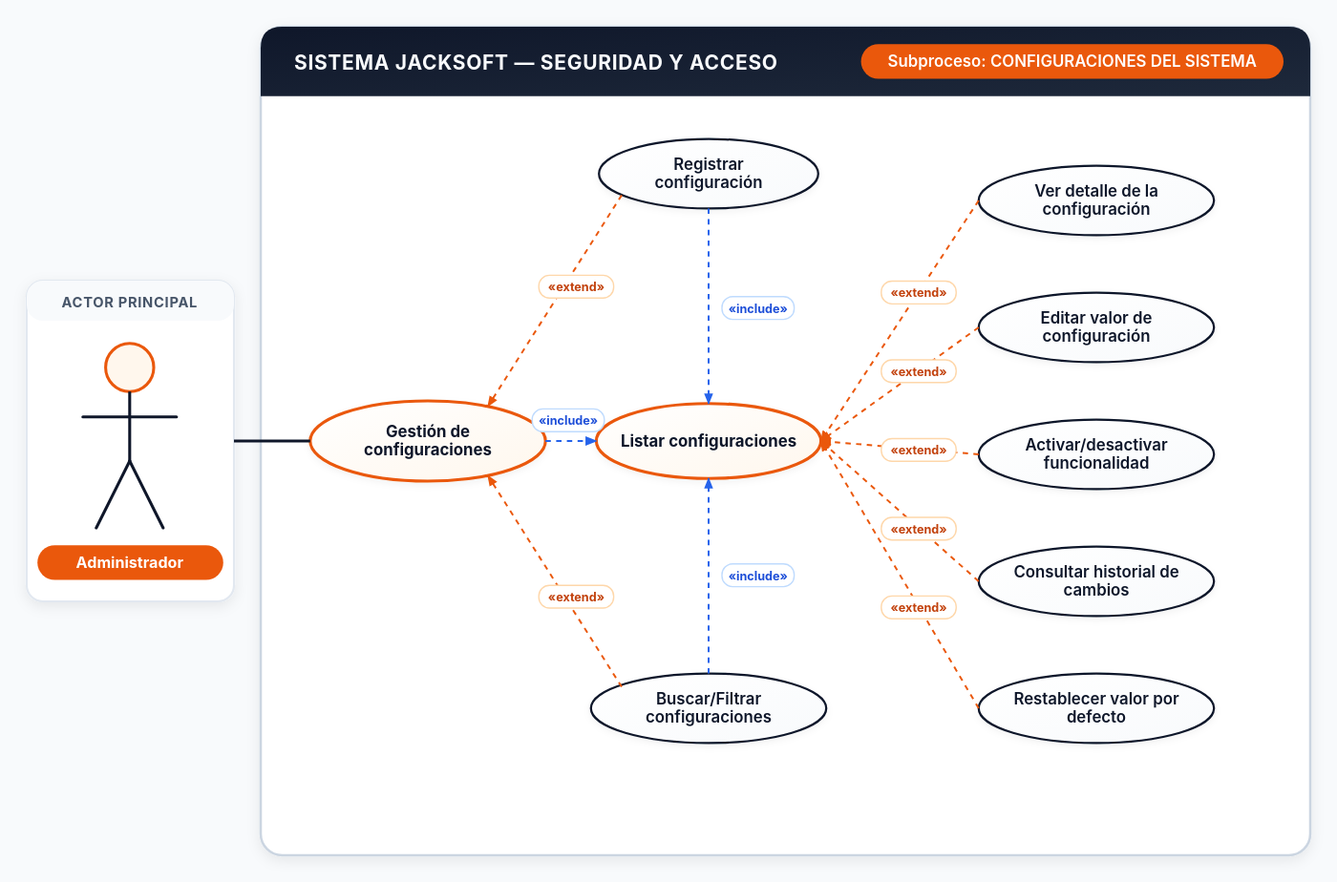
Earlier version of the PlantUML export Diagramas_SVG/CONFIGURACIONES_DEL_SISTEMA.svg (alejandrogomezmesa1/Documentacion_JackSoft). Its source is kept beside it as Diagramas_PUML/CONFIGURACIONES_DEL_SISTEMA.puml. Source of this version:
```plantuml
@startuml
left to right direction
skinparam packageStyle rectangle
skinparam nodesep 50
skinparam ranksep 70
skinparam shadowing true
skinparam defaultFontName "Inter, Arial, sans-serif"

skinparam actor {
  BorderColor #0f172a
  BackgroundColor #fff7ed
}

skinparam usecase {
  BackgroundColor #ffffff
  BorderColor #0f172a
  ArrowColor #ea580c
}

skinparam usecase<<hub>> {
  BackgroundColor #fff7ed
  BorderColor #ea580c
}

actor "Administrador" as actor_user

rectangle "SISTEMA JACKSOFT — SEGURIDAD Y ACCESO (CONFIGURACIONES DEL SISTEMA)" {
  usecase "Gestión de configuraciones" as UC_Hub <<hub>>
  usecase "Listar configuraciones" as UC_Central <<hub>>
  usecase "Registrar configuración" as UC_Top1
  usecase "Buscar/Filtrar configuraciones" as UC_Bot1
  usecase "Ver detalle de la configuración" as UC_R1
  usecase "Editar valor de configuración" as UC_R2
  usecase "Activar/desactivar funcionalidad" as UC_R3
  usecase "Consultar historial de cambios" as UC_R4
  usecase "Restablecer valor por defecto" as UC_R5
}

actor_user --> UC_Hub
UC_Hub .> UC_Central : <<include>>
UC_Top1 ..> UC_Hub : <<extend>>
UC_Top1 .> UC_Central : <<include>>
UC_Bot1 ..> UC_Hub : <<extend>>
UC_Bot1 .> UC_Central : <<include>>
UC_R1 ..> UC_Central : <<extend>>
UC_R2 ..> UC_Central : <<extend>>
UC_R3 ..> UC_Central : <<extend>>
UC_R4 ..> UC_Central : <<extend>>
UC_R5 ..> UC_Central : <<extend>>
@enduml
```
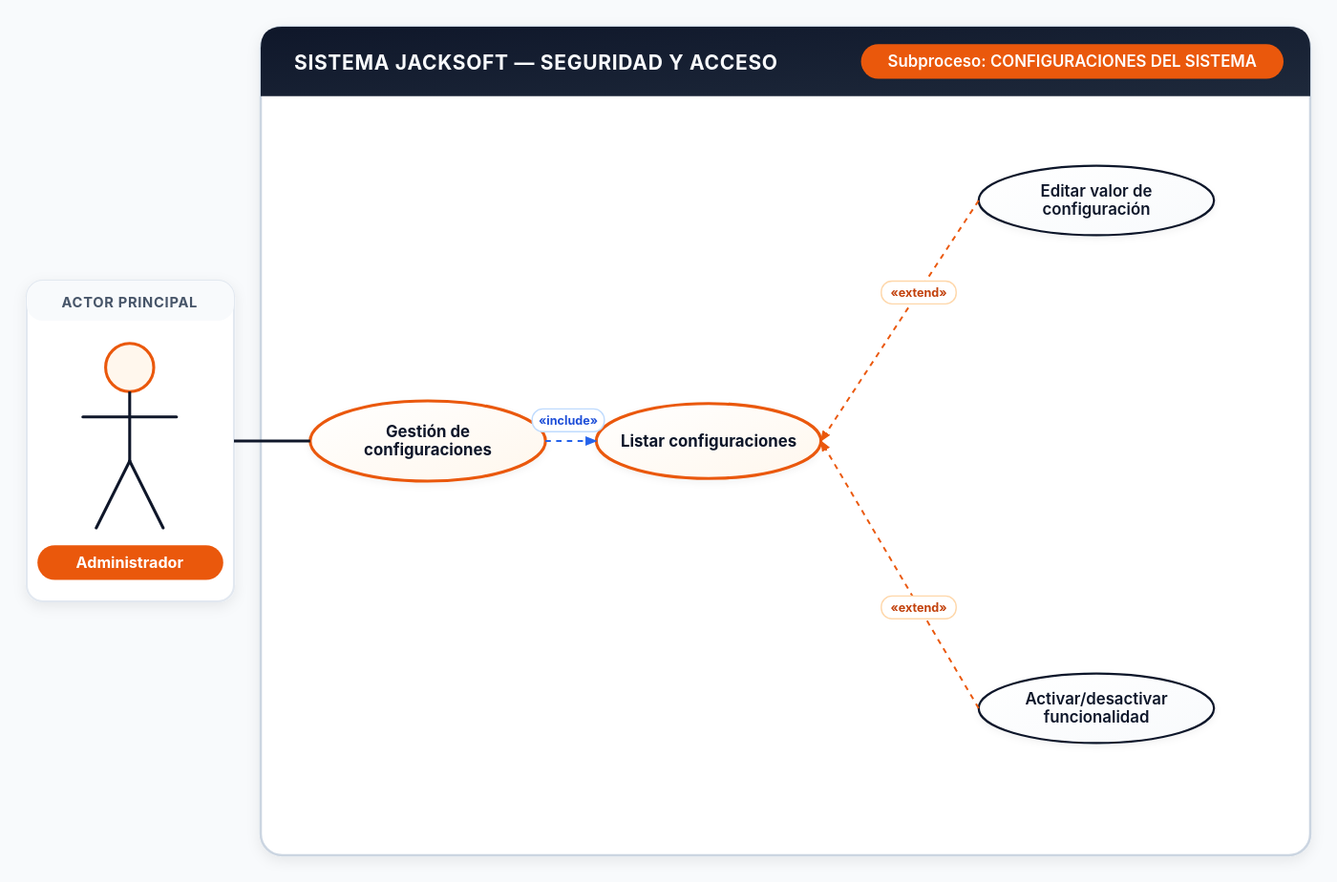
After the change.

The edit, as a diff of the source:
```diff
@@ -27,24 +27,12 @@
 rectangle "SISTEMA JACKSOFT — SEGURIDAD Y ACCESO (CONFIGURACIONES DEL SISTEMA)" {
   usecase "Gestión de configuraciones" as UC_Hub <<hub>>
   usecase "Listar configuraciones" as UC_Central <<hub>>
-  usecase "Registrar configuración" as UC_Top1
-  usecase "Buscar/Filtrar configuraciones" as UC_Bot1
-  usecase "Ver detalle de la configuración" as UC_R1
-  usecase "Editar valor de configuración" as UC_R2
-  usecase "Activar/desactivar funcionalidad" as UC_R3
-  usecase "Consultar historial de cambios" as UC_R4
-  usecase "Restablecer valor por defecto" as UC_R5
+  usecase "Editar valor de configuración" as UC_R1
+  usecase "Activar/desactivar funcionalidad" as UC_R2
 }
 
 actor_user --> UC_Hub
 UC_Hub .> UC_Central : <<include>>
-UC_Top1 ..> UC_Hub : <<extend>>
-UC_Top1 .> UC_Central : <<include>>
-UC_Bot1 ..> UC_Hub : <<extend>>
-UC_Bot1 .> UC_Central : <<include>>
 UC_R1 ..> UC_Central : <<extend>>
 UC_R2 ..> UC_Central : <<extend>>
-UC_R3 ..> UC_Central : <<extend>>
-UC_R4 ..> UC_Central : <<extend>>
-UC_R5 ..> UC_Central : <<extend>>
 @enduml
```
